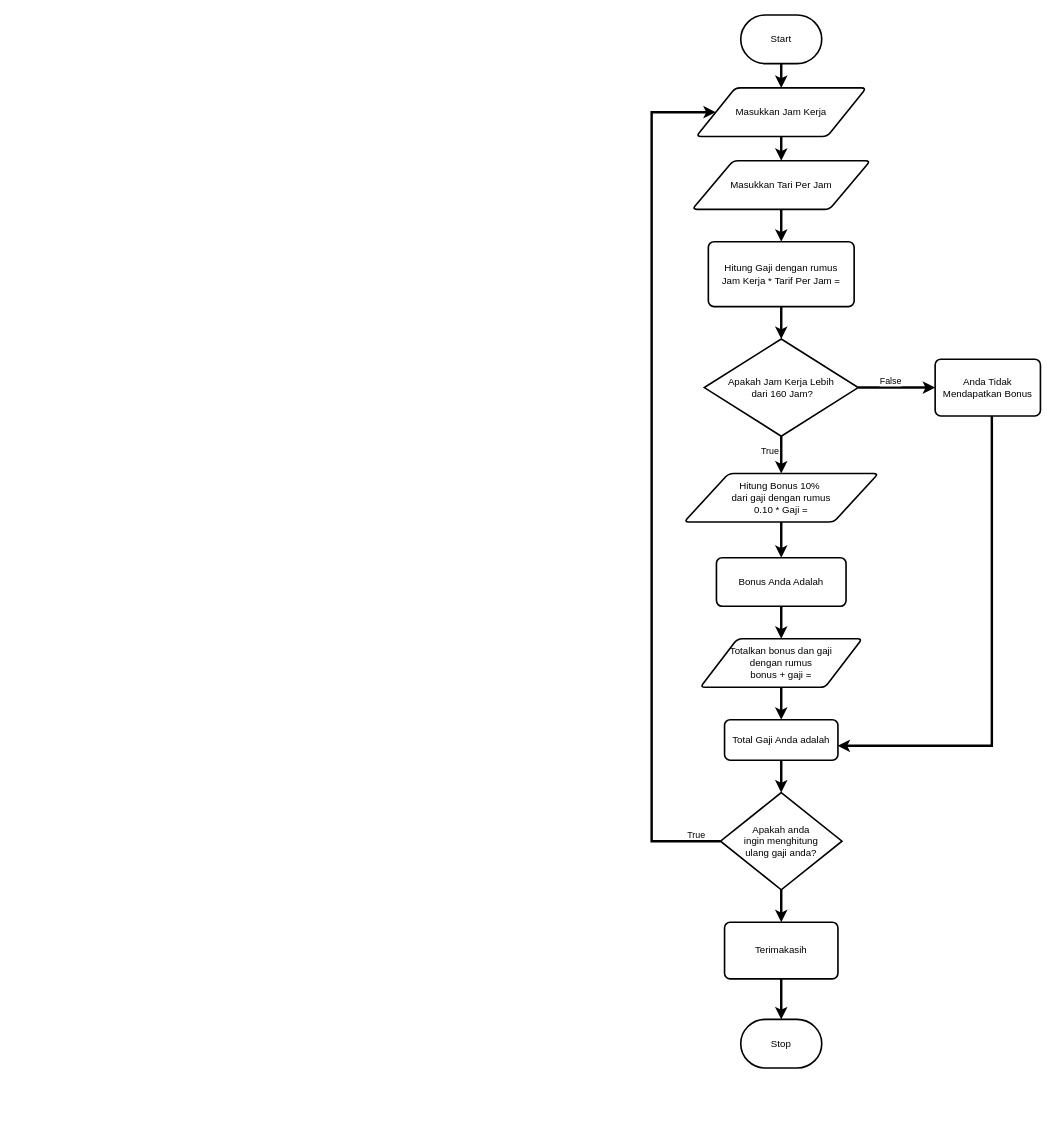
Earlier version of the draw.io diagram Diagram Tanpa Judul.drawio (dffasyhrndy/Mini-Project-1). Source tidied: cells renumbered, new cells numbered last; positions are measured from the earlier drawing's top-left corner, leaving out a move shared by most shapes. Both pictures are drawn from the tidied source at 81%, with x=0, y=0 at pixel (651, 15).
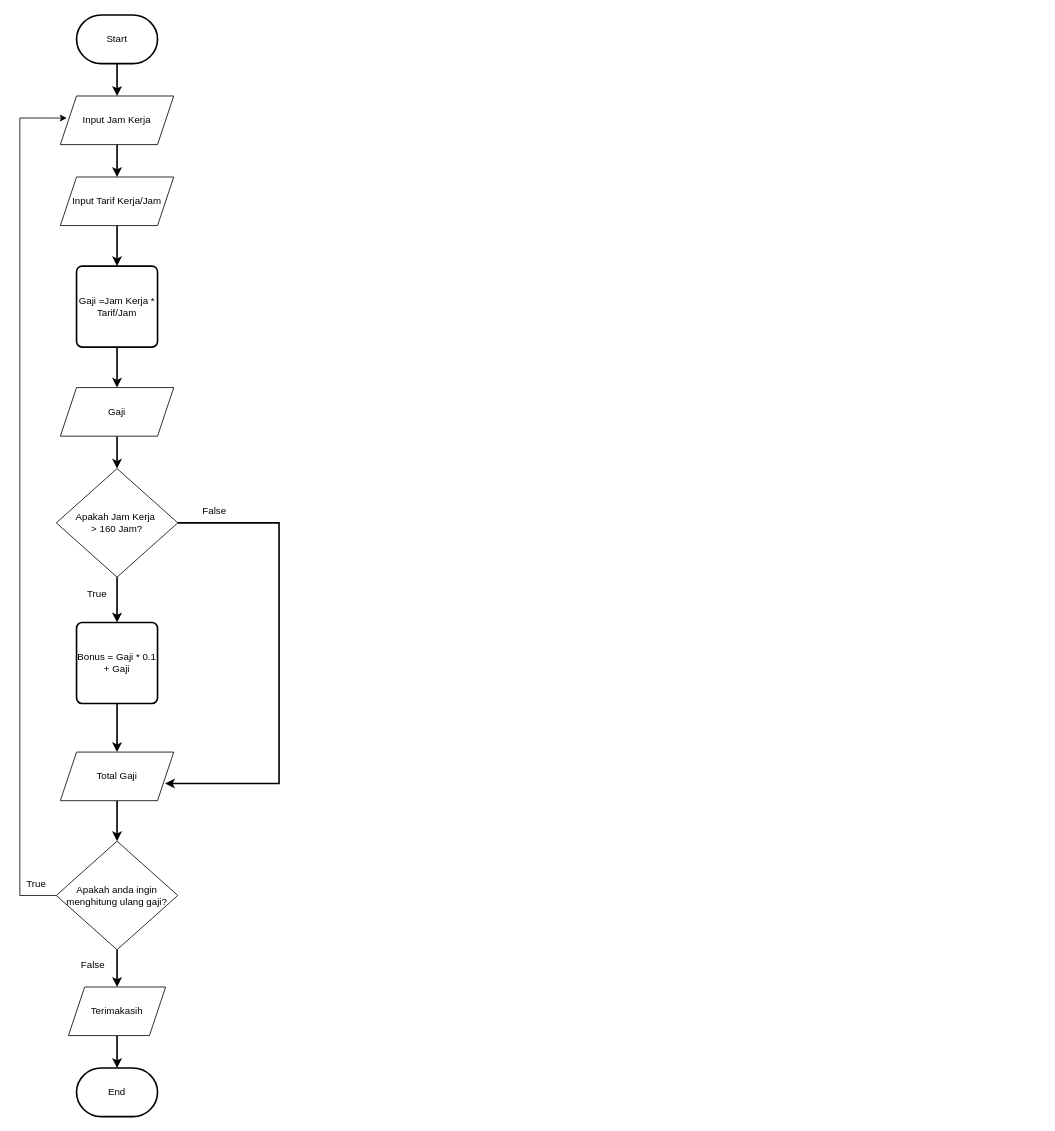
The same page after the edit.

What changed in the source:
```diff
@@
-    <mxCell id="2" style="edgeStyle=orthogonalEdgeStyle;rounded=0;jettySize=auto;html=1;strokeWidth=3;" parent="1" edge="1" source="3" target="5">
-      <mxGeometry relative="1" as="geometry" />
-    </mxCell>
+    <mxCell id="32" style="edgeStyle=orthogonalEdgeStyle;rounded=0;jettySize=auto;html=1;strokeWidth=2;" parent="1" edge="1" source="3" target="34">
+      <mxGeometry relative="1" as="geometry" />
+    </mxCell>
     <mxCell id="3" value="Start" style="strokeWidth=2;html=1;shape=mxgraph.flowchart.terminator;whiteSpace=wrap;" parent="1" vertex="1">
-      <mxGeometry x="110" width="100" height="60" as="geometry" />
+      <mxGeometry x="-710" width="100" height="60" as="geometry" />
     </mxCell>
-    <mxCell id="4" style="edgeStyle=orthogonalEdgeStyle;rounded=0;jettySize=auto;html=1;strokeWidth=3;" parent="1" edge="1" source="5" target="7">
-      <mxGeometry relative="1" as="geometry" />
-    </mxCell>
-    <mxCell id="5" value="Masukkan Jam Kerja" style="shape=parallelogram;html=1;strokeWidth=2;perimeter=parallelogramPerimeter;whiteSpace=wrap;rounded=1;arcSize=12;size=0.23;" parent="1" vertex="1">
-      <mxGeometry x="55" y="90" width="210" height="60" as="geometry" />
-    </mxCell>
-    <mxCell id="6" style="edgeStyle=orthogonalEdgeStyle;rounded=0;jettySize=auto;html=1;strokeWidth=3;" parent="1" edge="1" source="7" target="9">
-      <mxGeometry relative="1" as="geometry" />
-    </mxCell>
-    <mxCell id="7" value="Masukkan Tari Per Jam" style="shape=parallelogram;html=1;strokeWidth=2;perimeter=parallelogramPerimeter;whiteSpace=wrap;rounded=1;arcSize=12;size=0.23;" parent="1" vertex="1">
-      <mxGeometry x="50" y="180" width="220" height="60" as="geometry" />
-    </mxCell>
-    <mxCell id="8" style="edgeStyle=orthogonalEdgeStyle;rounded=0;jettySize=auto;html=1;strokeWidth=3;" parent="1" edge="1" source="9" target="14">
-      <mxGeometry relative="1" as="geometry" />
-    </mxCell>
-    <mxCell id="9" value="Hitung Gaji dengan rumus&lt;div&gt;Jam Kerja * Tarif Per Jam =&lt;/div&gt;" style="rounded=1;whiteSpace=wrap;html=1;absoluteArcSize=1;arcSize=14;strokeWidth=2;" parent="1" vertex="1">
-      <mxGeometry x="70" y="280" width="180" height="80" as="geometry" />
-    </mxCell>
-    <mxCell id="10" style="edgeStyle=orthogonalEdgeStyle;rounded=0;jettySize=auto;html=1;strokeWidth=3;" parent="1" edge="1" source="14" target="15">
-      <mxGeometry relative="1" as="geometry" />
-    </mxCell>
-    <mxCell id="11" value="False" style="edgeLabel;html=1;align=center;verticalAlign=middle;" parent="10" vertex="1">
-      <mxGeometry x="-0.22" y="1" relative="1" as="geometry">
-        <mxPoint x="2" y="-8" as="offset" />
-      </mxGeometry>
-    </mxCell>
-    <mxCell id="12" style="edgeStyle=orthogonalEdgeStyle;rounded=0;jettySize=auto;html=1;strokeWidth=3;" parent="1" edge="1" source="14" target="17">
-      <mxGeometry relative="1" as="geometry" />
-    </mxCell>
-    <mxCell id="13" value="True" style="edgeLabel;html=1;align=center;verticalAlign=middle;" parent="12" vertex="1">
-      <mxGeometry x="-0.37" y="2" relative="1" as="geometry">
-        <mxPoint x="-17" y="4" as="offset" />
-      </mxGeometry>
-    </mxCell>
-    <mxCell id="14" value="Apakah Jam Kerja Lebih&lt;div&gt;&amp;nbsp;dari 160 Jam?&lt;/div&gt;" style="strokeWidth=2;html=1;shape=mxgraph.flowchart.decision;whiteSpace=wrap;" parent="1" vertex="1">
-      <mxGeometry x="65" y="400" width="190" height="120" as="geometry" />
-    </mxCell>
-    <mxCell id="15" value="Anda Tidak Mendapatkan Bonus" style="rounded=1;whiteSpace=wrap;html=1;absoluteArcSize=1;arcSize=14;strokeWidth=2;" parent="1" vertex="1">
-      <mxGeometry x="350" y="425" width="130" height="70" as="geometry" />
-    </mxCell>
-    <mxCell id="16" style="edgeStyle=orthogonalEdgeStyle;rounded=0;jettySize=auto;html=1;strokeWidth=3;" parent="1" edge="1" source="17" target="19">
-      <mxGeometry relative="1" as="geometry" />
-    </mxCell>
-    <mxCell id="17" value="Hitung Bonus 10%&amp;nbsp;&lt;div&gt;dari gaji dengan rumus&lt;div&gt;0.10 * Gaji =&lt;/div&gt;&lt;/div&gt;" style="shape=parallelogram;html=1;strokeWidth=2;perimeter=parallelogramPerimeter;whiteSpace=wrap;rounded=1;arcSize=12;size=0.23;" parent="1" vertex="1">
-      <mxGeometry x="40" y="566" width="240" height="60" as="geometry" />
-    </mxCell>
-    <mxCell id="18" style="edgeStyle=orthogonalEdgeStyle;rounded=0;jettySize=auto;html=1;strokeWidth=3;" parent="1" edge="1" source="19" target="21">
-      <mxGeometry relative="1" as="geometry" />
-    </mxCell>
-    <mxCell id="19" value="Bonus Anda Adalah" style="rounded=1;whiteSpace=wrap;html=1;absoluteArcSize=1;arcSize=14;strokeWidth=2;" parent="1" vertex="1">
-      <mxGeometry x="80" y="670" width="160" height="60" as="geometry" />
-    </mxCell>
-    <mxCell id="20" style="edgeStyle=orthogonalEdgeStyle;rounded=0;jettySize=auto;html=1;strokeWidth=3;" parent="1" edge="1" source="21" target="23">
-      <mxGeometry relative="1" as="geometry" />
-    </mxCell>
-    <mxCell id="21" value="Totalkan bonus dan gaji&lt;div&gt;dengan rumus&lt;/div&gt;&lt;div&gt;bonus + gaji =&lt;/div&gt;" style="shape=parallelogram;html=1;strokeWidth=2;perimeter=parallelogramPerimeter;whiteSpace=wrap;rounded=1;arcSize=12;size=0.23;" parent="1" vertex="1">
-      <mxGeometry x="60" y="770" width="200" height="60" as="geometry" />
-    </mxCell>
-    <mxCell id="22" style="edgeStyle=orthogonalEdgeStyle;rounded=0;jettySize=auto;html=1;strokeWidth=3;" parent="1" edge="1" source="23" target="27">
-      <mxGeometry relative="1" as="geometry" />
-    </mxCell>
-    <mxCell id="23" value="Total Gaji Anda adalah" style="rounded=1;whiteSpace=wrap;html=1;absoluteArcSize=1;arcSize=14;strokeWidth=2;" parent="1" vertex="1">
-      <mxGeometry x="90" y="870" width="140" height="50" as="geometry" />
-    </mxCell>
-    <mxCell id="24" style="edgeStyle=orthogonalEdgeStyle;rounded=0;jettySize=auto;html=1;strokeWidth=3;" parent="1" edge="1" source="27" target="5">
-      <mxGeometry relative="1" as="geometry">
-        <Array as="points">
-          <mxPoint y="1020" />
-          <mxPoint y="120" />
-        </Array>
-      </mxGeometry>
-    </mxCell>
-    <mxCell id="25" value="True" style="edgeLabel;html=1;align=center;verticalAlign=middle;" parent="24" vertex="1">
-      <mxGeometry x="-0.96" y="2" relative="1" as="geometry">
-        <mxPoint x="-10" y="-11" as="offset" />
-      </mxGeometry>
-    </mxCell>
-    <mxCell id="26" style="edgeStyle=orthogonalEdgeStyle;rounded=0;jettySize=auto;html=1;strokeWidth=3;" parent="1" edge="1" source="27" target="30">
-      <mxGeometry relative="1" as="geometry" />
-    </mxCell>
-    <mxCell id="27" value="Apakah anda&lt;div&gt;ingin menghitung&lt;/div&gt;&lt;div&gt;ulang gaji anda?&lt;/div&gt;" style="strokeWidth=2;html=1;shape=mxgraph.flowchart.decision;whiteSpace=wrap;" parent="1" vertex="1">
-      <mxGeometry x="85" y="960" width="150" height="120" as="geometry" />
-    </mxCell>
-    <mxCell id="28" style="edgeStyle=orthogonalEdgeStyle;rounded=0;jettySize=auto;html=1;entryX=0.997;entryY=0.644;entryDx=0;entryDy=0;entryPerimeter=0;strokeWidth=3;" parent="1" edge="1" source="15" target="23">
-      <mxGeometry relative="1" as="geometry">
-        <Array as="points">
-          <mxPoint x="420" y="902" />
-        </Array>
-      </mxGeometry>
-    </mxCell>
-    <mxCell id="29" style="edgeStyle=orthogonalEdgeStyle;rounded=0;jettySize=auto;html=1;strokeWidth=3;" parent="1" edge="1" source="30" target="31">
-      <mxGeometry relative="1" as="geometry" />
-    </mxCell>
+    <mxCell id="33" style="edgeStyle=orthogonalEdgeStyle;rounded=0;jettySize=auto;html=1;strokeWidth=2;" parent="1" edge="1" source="34" target="36">
+      <mxGeometry relative="1" as="geometry" />
+    </mxCell>
+    <mxCell id="34" value="Input Jam Kerja" style="shape=parallelogram;perimeter=parallelogramPerimeter;whiteSpace=wrap;html=1;fixedSize=1;" parent="1" vertex="1">
+      <mxGeometry x="-730" y="100" width="140" height="60" as="geometry" />
+    </mxCell>
+    <mxCell id="35" style="edgeStyle=orthogonalEdgeStyle;rounded=0;jettySize=auto;html=1;strokeWidth=2;" parent="1" edge="1" source="36" target="38">
+      <mxGeometry relative="1" as="geometry" />
+    </mxCell>
+    <mxCell id="36" value="Input Tarif Kerja/Jam" style="shape=parallelogram;perimeter=parallelogramPerimeter;whiteSpace=wrap;html=1;fixedSize=1;" parent="1" vertex="1">
+      <mxGeometry x="-730" y="200" width="140" height="60" as="geometry" />
+    </mxCell>
+    <mxCell id="37" style="edgeStyle=orthogonalEdgeStyle;rounded=0;jettySize=auto;html=1;strokeWidth=2;" parent="1" edge="1" source="38" target="40">
+      <mxGeometry relative="1" as="geometry" />
+    </mxCell>
+    <mxCell id="38" value="Gaji =Jam Kerja * Tarif/Jam" style="rounded=1;whiteSpace=wrap;html=1;absoluteArcSize=1;arcSize=14;strokeWidth=2;" parent="1" vertex="1">
+      <mxGeometry x="-710" y="310" width="100" height="100" as="geometry" />
+    </mxCell>
+    <mxCell id="39" style="edgeStyle=orthogonalEdgeStyle;rounded=0;jettySize=auto;html=1;strokeWidth=2;" parent="1" edge="1" source="40" target="42">
+      <mxGeometry relative="1" as="geometry" />
+    </mxCell>
+    <mxCell id="40" value="Gaji" style="shape=parallelogram;perimeter=parallelogramPerimeter;whiteSpace=wrap;html=1;fixedSize=1;" parent="1" vertex="1">
+      <mxGeometry x="-730" y="460" width="140" height="60" as="geometry" />
+    </mxCell>
+    <mxCell id="41" style="edgeStyle=orthogonalEdgeStyle;rounded=0;jettySize=auto;html=1;strokeWidth=2;" parent="1" edge="1" source="42" target="44">
+      <mxGeometry relative="1" as="geometry" />
+    </mxCell>
+    <mxCell id="42" value="Apakah Jam Kerja&amp;nbsp;&lt;div&gt;&amp;gt; 160 Jam?&lt;/div&gt;" style="rhombus;whiteSpace=wrap;html=1;" parent="1" vertex="1">
+      <mxGeometry x="-735" y="560" width="150" height="134" as="geometry" />
+    </mxCell>
+    <mxCell id="43" style="edgeStyle=orthogonalEdgeStyle;rounded=0;jettySize=auto;html=1;strokeWidth=2;" parent="1" edge="1" source="44" target="46">
+      <mxGeometry relative="1" as="geometry" />
+    </mxCell>
+    <mxCell id="44" value="Bonus = Gaji * 0.1 + Gaji" style="rounded=1;whiteSpace=wrap;html=1;absoluteArcSize=1;arcSize=14;strokeWidth=2;" parent="1" vertex="1">
+      <mxGeometry x="-710" y="750" width="100" height="100" as="geometry" />
+    </mxCell>
+    <mxCell id="45" style="edgeStyle=orthogonalEdgeStyle;rounded=0;jettySize=auto;html=1;strokeWidth=2;" parent="1" edge="1" source="46" target="51">
+      <mxGeometry relative="1" as="geometry" />
+    </mxCell>
+    <mxCell id="46" value="Total Gaji" style="shape=parallelogram;perimeter=parallelogramPerimeter;whiteSpace=wrap;html=1;fixedSize=1;" parent="1" vertex="1">
+      <mxGeometry x="-730" y="910" width="140" height="60" as="geometry" />
+    </mxCell>
+    <mxCell id="47" style="edgeStyle=orthogonalEdgeStyle;rounded=0;jettySize=auto;html=1;entryX=0.923;entryY=0.647;entryDx=0;entryDy=0;entryPerimeter=0;strokeWidth=2;" parent="1" edge="1" source="42" target="46">
+      <mxGeometry relative="1" as="geometry">
+        <Array as="points">
+          <mxPoint x="-460" y="627" />
+          <mxPoint x="-460" y="949" />
+        </Array>
+      </mxGeometry>
+    </mxCell>
+    <mxCell id="48" value="False" style="text;html=1;align=center;verticalAlign=middle;strokeColor=none;fillColor=none;" parent="1" vertex="1">
+      <mxGeometry x="-565" y="598" width="50" height="30" as="geometry" />
+    </mxCell>
+    <mxCell id="49" value="True" style="text;html=1;align=center;verticalAlign=middle;strokeColor=none;fillColor=none;" parent="1" vertex="1">
+      <mxGeometry x="-710" y="700" width="50" height="30" as="geometry" />
+    </mxCell>
+    <mxCell id="50" style="edgeStyle=orthogonalEdgeStyle;rounded=0;jettySize=auto;html=1;strokeWidth=2;" parent="1" edge="1" source="51" target="30">
+      <mxGeometry relative="1" as="geometry" />
+    </mxCell>
+    <mxCell id="51" value="Apakah anda ingin menghitung ulang gaji?" style="rhombus;whiteSpace=wrap;html=1;" parent="1" vertex="1">
+      <mxGeometry x="-735" y="1020" width="150" height="134" as="geometry" />
+    </mxCell>
+    <mxCell id="52" style="edgeStyle=orthogonalEdgeStyle;rounded=0;jettySize=auto;html=1;strokeWidth=2;" parent="1" edge="1" source="30" target="56">
+      <mxGeometry relative="1" as="geometry" />
+    </mxCell>
-    <mxCell id="30" value="Terimakasih" style="rounded=1;whiteSpace=wrap;html=1;absoluteArcSize=1;arcSize=14;strokeWidth=2;" parent="1" vertex="1">
-      <mxGeometry x="90" y="1120" width="140" height="70" as="geometry" />
+    <mxCell id="30" value="Terimakasih" style="shape=parallelogram;perimeter=parallelogramPerimeter;whiteSpace=wrap;html=1;fixedSize=1;" parent="1" vertex="1">
+      <mxGeometry x="-720" y="1200" width="120" height="60" as="geometry" />
     </mxCell>
-    <mxCell id="31" value="Stop" style="strokeWidth=2;html=1;shape=mxgraph.flowchart.terminator;whiteSpace=wrap;" parent="1" vertex="1">
-      <mxGeometry x="110" y="1240" width="100" height="60" as="geometry" />
-    </mxCell>
+    <mxCell id="53" value="False" style="text;html=1;align=center;verticalAlign=middle;strokeColor=none;fillColor=none;" parent="1" vertex="1">
+      <mxGeometry x="-715" y="1158" width="50" height="30" as="geometry" />
+    </mxCell>
+    <mxCell id="54" style="edgeStyle=orthogonalEdgeStyle;rounded=0;jettySize=auto;html=1;entryX=0.057;entryY=0.454;entryDx=0;entryDy=0;entryPerimeter=0;" parent="1" edge="1" source="51" target="34">
+      <mxGeometry relative="1" as="geometry">
+        <Array as="points">
+          <mxPoint x="-780" y="1087" />
+          <mxPoint x="-780" y="127" />
+        </Array>
+      </mxGeometry>
+    </mxCell>
+    <mxCell id="55" value="True" style="text;html=1;align=center;verticalAlign=middle;strokeColor=none;fillColor=none;" parent="1" vertex="1">
+      <mxGeometry x="-785" y="1058" width="50" height="30" as="geometry" />
+    </mxCell>
+    <mxCell id="56" value="End" style="strokeWidth=2;html=1;shape=mxgraph.flowchart.terminator;whiteSpace=wrap;" parent="1" vertex="1">
+      <mxGeometry x="-710" y="1300" width="100" height="60" as="geometry" />
+    </mxCell>
```
